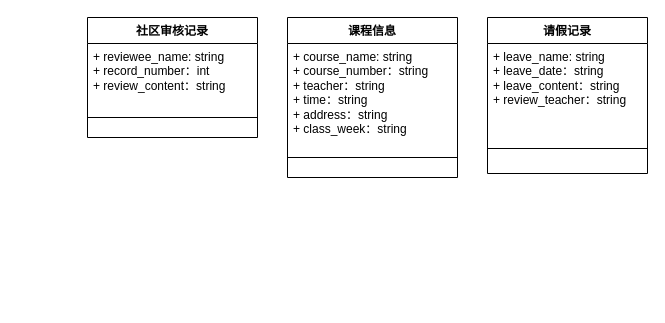
Earlier version of the draw.io diagram 类图.drawio (Huangzhu-zhu/-). Source tidied: cells renumbered, new cells numbered last; positions are measured from the earlier drawing's top-left corner, leaving out a move shared by most shapes. Both pictures are drawn from the tidied source at 100%, with x=0, y=0 at pixel (87, 17).
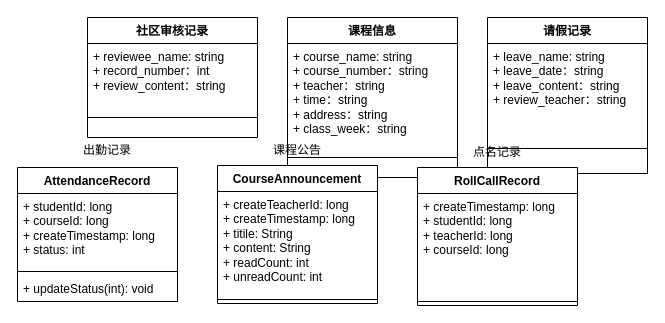
After the change.

Diff of the diagram source:
```diff
@@
+    <mxCell id="11" value="AttendanceRecord" style="swimlane;fontStyle=1;align=center;verticalAlign=top;horizontal=1;startSize=26;whiteSpace=wrap;html=1;" parent="1" vertex="1">
+      <mxGeometry x="-70" y="150" width="160" height="134" as="geometry" />
+    </mxCell>
+    <mxCell id="12" value="&lt;div&gt;+ studentId: long&lt;/div&gt;&lt;div&gt;+ courseId: long&lt;/div&gt;&lt;div&gt;+ createTimestamp: long&lt;br&gt;&lt;/div&gt;&lt;div&gt;+ status: int&lt;br&gt;&lt;/div&gt;" style="text;strokeColor=none;fillColor=none;align=left;verticalAlign=top;spacingLeft=4;spacingRight=4;overflow=hidden;whiteSpace=wrap;html=1;" parent="11" vertex="1">
+      <mxGeometry y="26" width="160" height="74" as="geometry" />
+    </mxCell>
+    <mxCell id="13" style="line;strokeWidth=1;fillColor=none;align=left;verticalAlign=middle;spacingTop=-1;spacingLeft=3;spacingRight=3;labelPosition=right;strokeColor=inherit;" parent="11" vertex="1">
+      <mxGeometry y="100" width="160" height="8" as="geometry" />
+    </mxCell>
+    <mxCell id="14" value="+ updateStatus(int): void" style="text;strokeColor=none;fillColor=none;align=left;verticalAlign=top;spacingLeft=4;spacingRight=4;overflow=hidden;whiteSpace=wrap;html=1;" parent="11" vertex="1">
+      <mxGeometry y="108" width="160" height="26" as="geometry" />
+    </mxCell>
@@
+    <mxCell id="15" value="CourseAnnouncement" style="swimlane;fontStyle=1;align=center;verticalAlign=top;horizontal=1;startSize=26;whiteSpace=wrap;html=1;" parent="1" vertex="1">
+      <mxGeometry x="130" y="148" width="160" height="138" as="geometry" />
+    </mxCell>
+    <mxCell id="16" value="&lt;div&gt;+ createTeacherId: long&lt;/div&gt;&lt;div&gt;+ createTimestamp: long&lt;br&gt;&lt;/div&gt;&lt;div&gt;+ titile: String&lt;/div&gt;&lt;div&gt;+ content: String&lt;/div&gt;&lt;div&gt;+ readCount: int&lt;/div&gt;&lt;div&gt;+ unreadCount: int&lt;br&gt;&lt;/div&gt;" style="text;strokeColor=none;fillColor=none;align=left;verticalAlign=top;spacingLeft=4;spacingRight=4;overflow=hidden;whiteSpace=wrap;html=1;" parent="15" vertex="1">
+      <mxGeometry y="26" width="160" height="104" as="geometry" />
+    </mxCell>
+    <mxCell id="17" style="line;strokeWidth=1;fillColor=none;align=left;verticalAlign=middle;spacingTop=-1;spacingLeft=3;spacingRight=3;labelPosition=right;strokeColor=inherit;" parent="15" vertex="1">
+      <mxGeometry y="130" width="160" height="8" as="geometry" />
+    </mxCell>
@@
+    <mxCell id="18" value="RollCallRecord" style="swimlane;fontStyle=1;align=center;verticalAlign=top;horizontal=1;startSize=26;whiteSpace=wrap;html=1;" parent="1" vertex="1">
+      <mxGeometry x="330" y="150" width="160" height="138" as="geometry" />
+    </mxCell>
+    <mxCell id="19" value="&lt;div&gt;+ createTimestamp: long&lt;/div&gt;&lt;div&gt;+ studentId: long&lt;/div&gt;&lt;div&gt;+ teacherId: long&lt;/div&gt;&lt;div&gt;+ courseId: long&lt;/div&gt;" style="text;strokeColor=none;fillColor=none;align=left;verticalAlign=top;spacingLeft=4;spacingRight=4;overflow=hidden;whiteSpace=wrap;html=1;" parent="18" vertex="1">
+      <mxGeometry y="26" width="160" height="104" as="geometry" />
+    </mxCell>
+    <mxCell id="20" style="line;strokeWidth=1;fillColor=none;align=left;verticalAlign=middle;spacingTop=-1;spacingLeft=3;spacingRight=3;labelPosition=right;strokeColor=inherit;" parent="18" vertex="1">
+      <mxGeometry y="130" width="160" height="8" as="geometry" />
+    </mxCell>
+    <mxCell id="21" value="出勤记录" style="text;html=1;strokeColor=none;fillColor=none;align=center;verticalAlign=middle;whiteSpace=wrap;rounded=0;" parent="1" vertex="1">
+      <mxGeometry x="-10" y="118" width="60" height="30" as="geometry" />
+    </mxCell>
+    <mxCell id="22" value="课程公告" style="text;html=1;strokeColor=none;fillColor=none;align=center;verticalAlign=middle;whiteSpace=wrap;rounded=0;" parent="1" vertex="1">
+      <mxGeometry x="180" y="118" width="60" height="30" as="geometry" />
+    </mxCell>
+    <mxCell id="23" value="点名记录" style="text;html=1;strokeColor=none;fillColor=none;align=center;verticalAlign=middle;whiteSpace=wrap;rounded=0;" parent="1" vertex="1">
+      <mxGeometry x="380" y="120" width="60" height="30" as="geometry" />
+    </mxCell>
```
